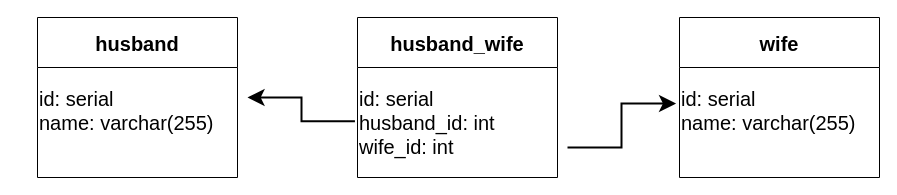
Earlier version of the draw.io diagram sql/husband_wife.drawio (chykh/job4j_design). Source tidied: cells renumbered, new cells numbered last; positions are measured from the earlier drawing's top-left corner, leaving out a move shared by most shapes. Both pictures are drawn from the tidied source at 100%, with x=0, y=0 at pixel (37, 17).
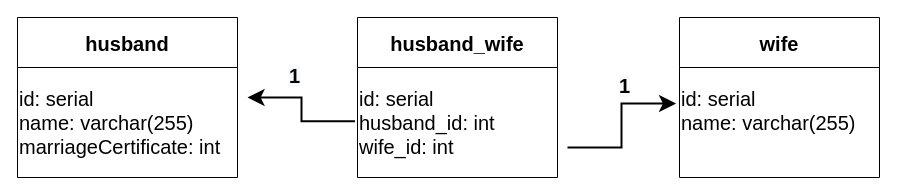
The same page after the edit.

The edit, as a diff of the source:
```diff
@@
 <mxGraphModel>
   <root>
     <mxCell id="0" />
     <mxCell id="1" parent="0" />
     <mxCell id="2" value="husband" style="swimlane;startSize=50;fontSize=20;" parent="1" vertex="1">
-      <mxGeometry width="200" height="160" as="geometry" />
+      <mxGeometry x="-20" width="220" height="160" as="geometry" />
     </mxCell>
-    <mxCell id="3" value="&lt;font style=&quot;font-size: 20px;&quot;&gt;id: serial&lt;br&gt;name: varchar(255)&lt;br&gt;&lt;br&gt;&lt;/font&gt;" style="text;html=1;align=left;verticalAlign=middle;strokeColor=none;fillColor=none;fontSize=14;" parent="2" vertex="1">
-      <mxGeometry y="60" width="200" height="90" as="geometry" />
+    <mxCell id="3" value="&lt;font style=&quot;font-size: 20px;&quot;&gt;id: serial&lt;br&gt;name: varchar(255)&lt;br&gt;marriageCertificate: int&lt;br&gt;&lt;/font&gt;" style="text;html=1;align=left;verticalAlign=middle;strokeColor=none;fillColor=none;fontSize=14;" parent="2" vertex="1">
+      <mxGeometry y="60" width="220" height="90" as="geometry" />
     </mxCell>
     <mxCell id="4" value="husband_wife" style="swimlane;startSize=50;fontSize=20;" parent="1" vertex="1">
       <mxGeometry x="320" width="200" height="160" as="geometry" />
     </mxCell>
     <mxCell id="5" value="&lt;font style=&quot;font-size: 20px;&quot;&gt;id: serial&lt;br&gt;husband_id: int&lt;br&gt;wife_id: int&lt;br&gt;&lt;/font&gt;" style="text;html=1;align=left;verticalAlign=middle;points=[];strokeColor=none;fillColor=none;fontSize=14;" parent="4" vertex="1">
       <mxGeometry y="60" width="160" height="90" as="geometry" />
     </mxCell>
     <mxCell id="6" style="edgeStyle=elbowEdgeStyle;elbow=horizontal;endArrow=classic;html=1;rounded=0;fontSize=20;strokeWidth=2;endSize=11;exitX=-0.016;exitY=0.485;exitDx=0;exitDy=0;exitPerimeter=0;" parent="1" edge="1" source="5">
       <mxGeometry relative="1" as="geometry">
         <mxPoint x="210" y="80" as="targetPoint" />
       </mxGeometry>
     </mxCell>
     <mxCell id="7" value="wife" style="swimlane;startSize=50;fontSize=20;" parent="1" vertex="1">
       <mxGeometry x="642" width="200" height="160" as="geometry" />
     </mxCell>
     <mxCell id="8" value="&lt;font style=&quot;font-size: 20px;&quot;&gt;id: serial&lt;br&gt;name: varchar(255)&lt;br&gt;&lt;br&gt;&lt;/font&gt;" style="text;html=1;align=left;verticalAlign=middle;points=[];strokeColor=none;fillColor=none;fontSize=14;" parent="7" vertex="1">
       <mxGeometry y="60" width="200" height="90" as="geometry" />
     </mxCell>
     <mxCell id="9" style="edgeStyle=elbowEdgeStyle;elbow=horizontal;endArrow=classic;html=1;rounded=0;fontSize=20;strokeWidth=2;endSize=11;entryX=-0.017;entryY=0.289;entryDx=0;entryDy=0;entryPerimeter=0;" parent="1" edge="1" target="8">
       <mxGeometry relative="1" as="geometry">
         <mxPoint x="530" y="130" as="sourcePoint" />
       </mxGeometry>
     </mxCell>
+    <mxCell id="10" value="&lt;span style=&quot;color: rgb(0, 0, 0); font-family: Helvetica; font-size: 20px; font-style: normal; font-variant-ligatures: normal; font-variant-caps: normal; font-weight: 700; letter-spacing: normal; orphans: 2; text-align: center; text-indent: 0px; text-transform: none; widows: 2; word-spacing: 0px; -webkit-text-stroke-width: 0px; background-color: rgb(248, 249, 250); text-decoration-thickness: initial; text-decoration-style: initial; text-decoration-color: initial; float: none; display: inline !important;&quot;&gt;1&lt;/span&gt;" style="text;whiteSpace=wrap;html=1;" parent="1" vertex="1">
+      <mxGeometry x="250" y="40" width="13" height="30" as="geometry" />
+    </mxCell>
+    <mxCell id="11" value="&lt;span style=&quot;color: rgb(0, 0, 0); font-family: Helvetica; font-size: 20px; font-style: normal; font-variant-ligatures: normal; font-variant-caps: normal; font-weight: 700; letter-spacing: normal; orphans: 2; text-align: center; text-indent: 0px; text-transform: none; widows: 2; word-spacing: 0px; -webkit-text-stroke-width: 0px; background-color: rgb(248, 249, 250); text-decoration-thickness: initial; text-decoration-style: initial; text-decoration-color: initial; float: none; display: inline !important;&quot;&gt;1&lt;/span&gt;" style="text;whiteSpace=wrap;html=1;" parent="1" vertex="1">
+      <mxGeometry x="580" y="50" width="13" height="30" as="geometry" />
+    </mxCell>
   </root>
 </mxGraphModel>
```
